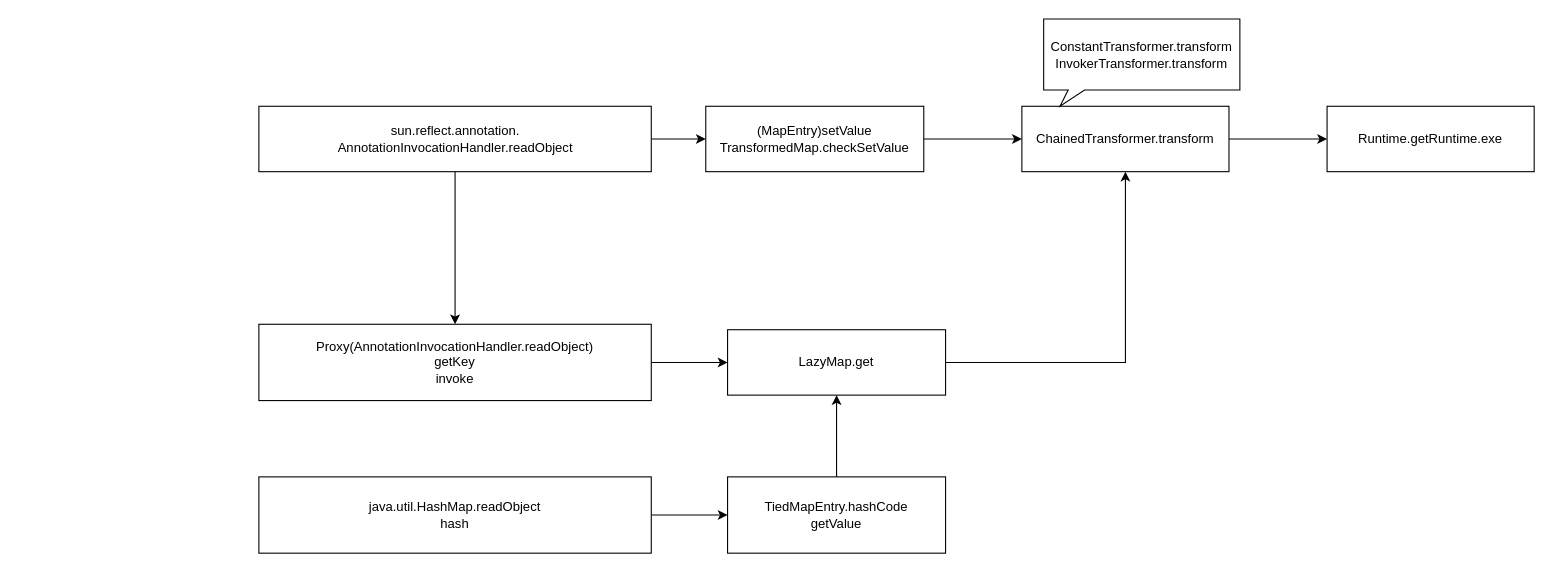
hututu2/Java-Study keeps this draw.io diagram as CC链/CC link.drawio. Above is the earlier version. Source tidied: cells renumbered, new cells numbered last; positions are measured from the earlier drawing's top-left corner, leaving out a move shared by most shapes. Both pictures are drawn from the tidied source at 109%, with x=0, y=0 at pixel (258, 19).
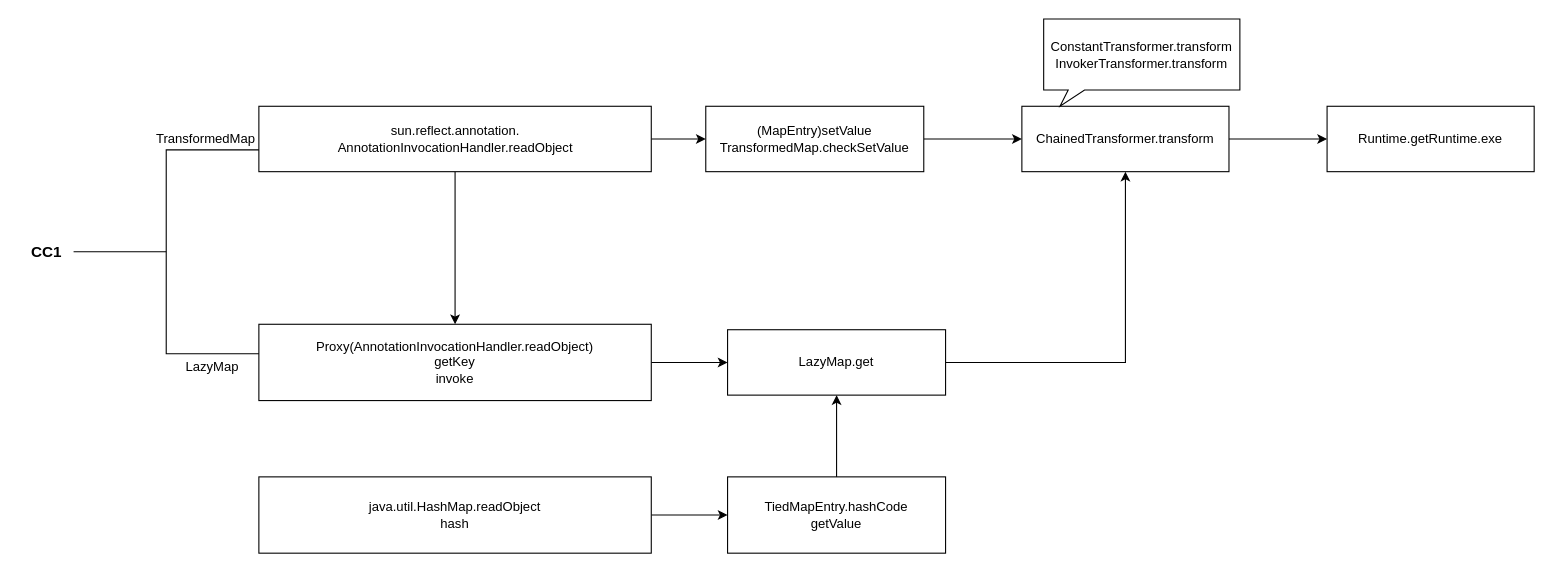
The same diagram, later.

The edit, as a diff of the source:
```diff
@@
+    <mxCell id="19" value="&lt;b&gt;&lt;font style=&quot;font-size: 14px;&quot;&gt;CC1&lt;/font&gt;&lt;/b&gt;" style="text;html=1;align=center;verticalAlign=middle;strokeColor=none;fillColor=none;" parent="1" vertex="1">
+      <mxGeometry x="-220" y="198.5" width="50" height="30" as="geometry" />
+    </mxCell>
+    <mxCell id="20" style="strokeWidth=1;html=1;shape=mxgraph.flowchart.annotation_2;align=left;labelPosition=right;fontStyle=0;" parent="1" vertex="1">
+      <mxGeometry x="-170" y="120" width="170" height="187" as="geometry" />
+    </mxCell>
+    <mxCell id="21" value="TransformedMap" style="text;html=1;align=center;verticalAlign=middle;strokeColor=none;fillColor=none;" parent="1" vertex="1">
+      <mxGeometry x="-104" y="95" width="110" height="30" as="geometry" />
+    </mxCell>
+    <mxCell id="22" value="LazyMap" style="text;html=1;align=center;verticalAlign=middle;strokeColor=none;fillColor=none;" parent="1" vertex="1">
+      <mxGeometry x="-78" y="304" width="70" height="30" as="geometry" />
+    </mxCell>
```
